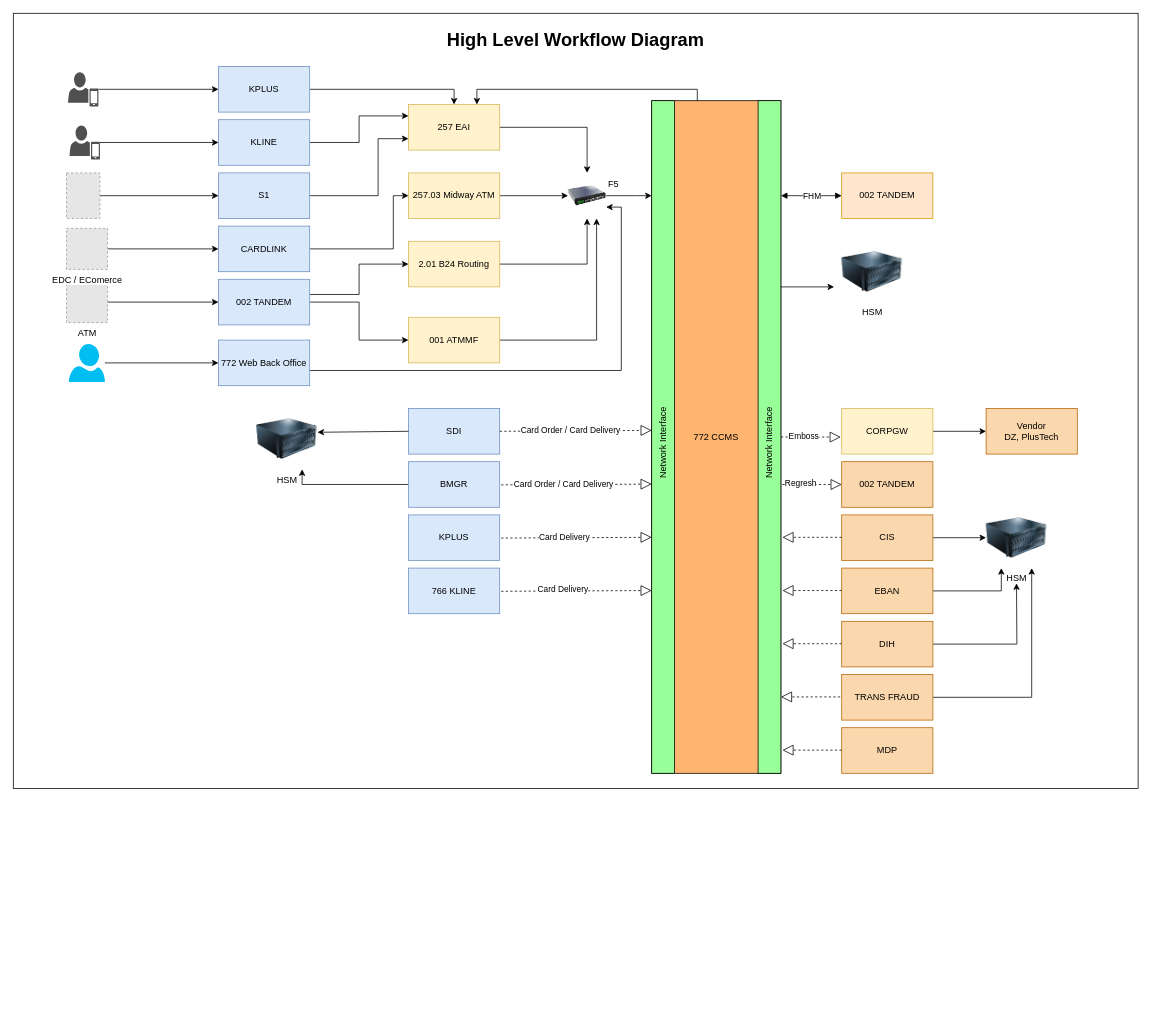
The draw.io diagram page "High Level Diagram" (2 of 7) of CCMS_Diagram.drawio in chawaratr/drawio, before the edit. Source tidied: cells renumbered, new cells numbered last; positions are measured from the earlier drawing's top-left corner, leaving out a move shared by most shapes. Both pictures are drawn from the tidied source at 76%, with x=0, y=0 at pixel (13, 13). Pictures stored in the file or linked from it are replaced by grey dashed boxes.
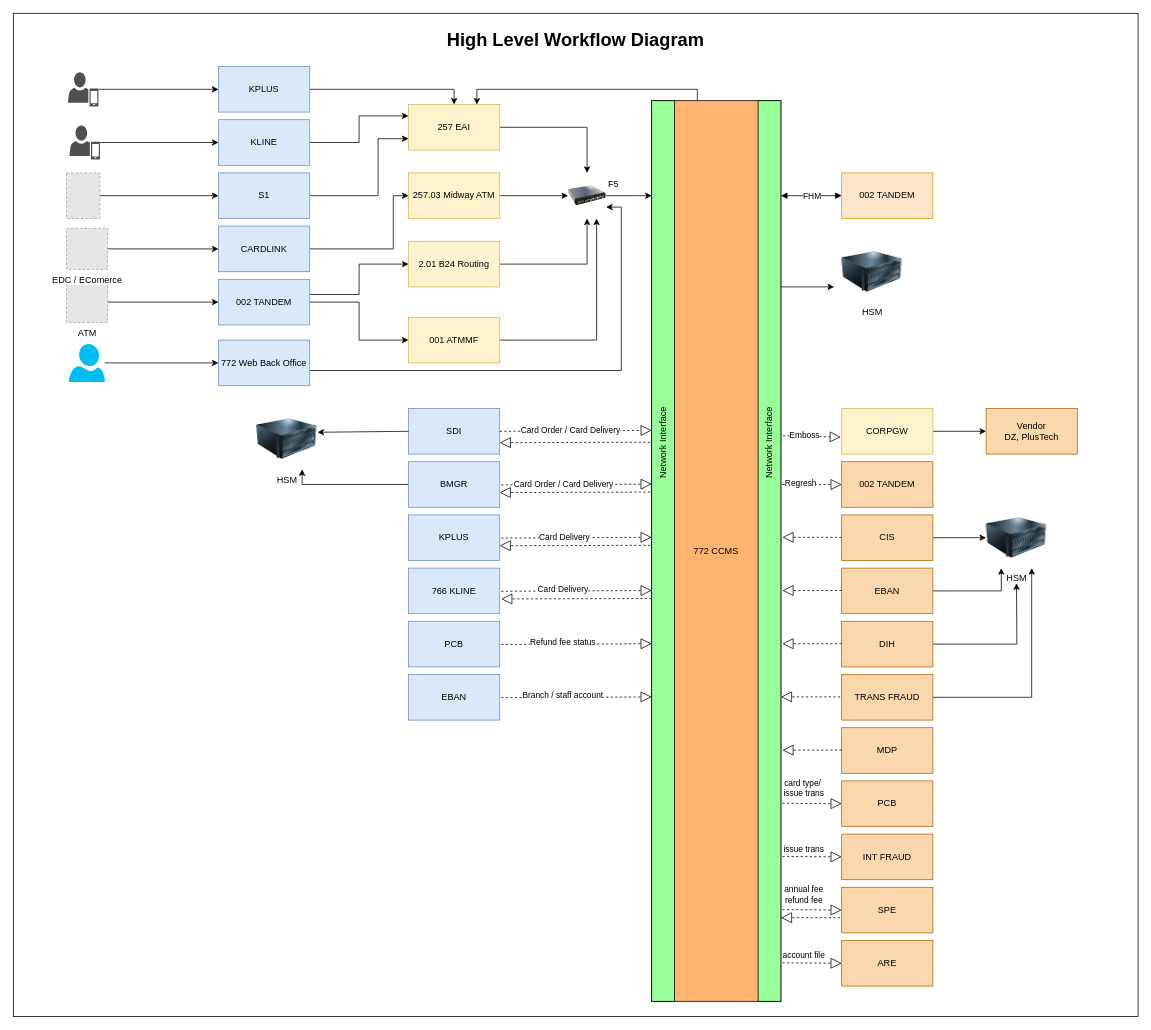
The same page after the edit.

The change refers to these unchanged cells:
```xml
<mxCell id="26" value="SDI" style="rounded=0;whiteSpace=wrap;html=1;fillColor=#dae8fc;strokeColor=#6c8ebf;" parent="1" vertex="1">
  <mxGeometry x="520" y="520" width="120" height="60" as="geometry" />
</mxCell>
<mxCell id="40" value="CORPGW" style="rounded=0;whiteSpace=wrap;html=1;fillColor=#fff2cc;strokeColor=#d6b656;" parent="1" vertex="1">
  <mxGeometry x="1090" y="520" width="120" height="60" as="geometry" />
</mxCell>
<mxCell id="66" value="Network Interface" style="text;html=1;align=center;verticalAlign=middle;whiteSpace=wrap;rounded=0;rotation=-90;" parent="1" vertex="1">
  <mxGeometry x="930" y="550" width="130" height="30" as="geometry" />
</mxCell>
```

What changed in the source:
```diff
@@
     <mxCell id="2" style="rounded=0;whiteSpace=wrap;html=1;" parent="1" vertex="1">
-      <mxGeometry width="1480" height="1020" as="geometry" />
+      <mxGeometry width="1480" height="1320" as="geometry" />
     </mxCell>
@@
     <mxCell id="4" value="772 CCMS" style="rounded=0;whiteSpace=wrap;html=1;fillColor=#FFB570;" parent="1" vertex="1">
-      <mxGeometry x="840" y="115" width="170" height="885" as="geometry" />
+      <mxGeometry x="840" y="115" width="170" height="1185" as="geometry" />
     </mxCell>
@@
-    <mxCell id="51" style="endArrow=block;dashed=1;endFill=0;endSize=12;html=1;rounded=0;exitX=1;exitY=0.5;exitDx=0;exitDy=0;entryX=-0.01;entryY=0.627;entryDx=0;entryDy=0;entryPerimeter=0;" parent="1" edge="1" source="4" target="40">
+    <mxCell id="51" style="endArrow=block;dashed=1;endFill=0;endSize=12;html=1;rounded=0;exitX=0.57;exitY=1.086;exitDx=0;exitDy=0;entryX=-0.01;entryY=0.627;entryDx=0;entryDy=0;entryPerimeter=0;exitPerimeter=0;" parent="1" edge="1" source="66" target="40">
       <mxGeometry relative="1" as="geometry" />
     </mxCell>
@@
     <mxCell id="63" style="rounded=0;whiteSpace=wrap;html=1;fillColor=#99FF99;" parent="1" vertex="1">
-      <mxGeometry x="840" y="115" width="30" height="885" as="geometry" />
+      <mxGeometry x="840" y="115" width="30" height="1185" as="geometry" />
     </mxCell>
     <mxCell id="64" style="rounded=0;whiteSpace=wrap;html=1;fillColor=#99FF99;" parent="1" vertex="1">
-      <mxGeometry x="980" y="115" width="30" height="885" as="geometry" />
+      <mxGeometry x="980" y="115" width="30" height="1185" as="geometry" />
     </mxCell>
@@
+    <mxCell id="89" value="PCB" style="rounded=0;whiteSpace=wrap;html=1;fillColor=#dae8fc;strokeColor=#6c8ebf;" parent="1" vertex="1">
+      <mxGeometry x="520" y="800" width="120" height="60" as="geometry" />
+    </mxCell>
+    <mxCell id="90" style="endArrow=block;dashed=1;endFill=0;endSize=12;html=1;rounded=0;entryX=-0.018;entryY=0.599;entryDx=0;entryDy=0;entryPerimeter=0;exitX=1;exitY=0.5;exitDx=0;exitDy=0;" parent="1" edge="1">
+      <mxGeometry relative="1" as="geometry">
+        <mxPoint x="642" y="830.5" as="sourcePoint" />
+        <mxPoint x="840" y="829.5" as="targetPoint" />
+      </mxGeometry>
+    </mxCell>
+    <mxCell id="91" value="Refund fee status" style="edgeLabel;html=1;align=center;verticalAlign=middle;" parent="90" vertex="1">
+      <mxGeometry x="-0.17" y="3" relative="1" as="geometry">
+        <mxPoint x="-1" as="offset" />
+      </mxGeometry>
+    </mxCell>
+    <mxCell id="92" value="PCB" style="rounded=0;whiteSpace=wrap;html=1;fillColor=#fad7ac;strokeColor=#b46504;" parent="1" vertex="1">
+      <mxGeometry x="1090" y="1010" width="120" height="60" as="geometry" />
+    </mxCell>
+    <mxCell id="93" style="endArrow=block;dashed=1;endFill=0;endSize=12;html=1;rounded=0;" parent="1" edge="1">
+      <mxGeometry relative="1" as="geometry">
+        <mxPoint x="1012" y="1039.4" as="sourcePoint" />
+        <mxPoint x="1090" y="1040" as="targetPoint" />
+      </mxGeometry>
+    </mxCell>
+    <mxCell id="94" value="card type/&amp;nbsp;&lt;div&gt;issue trans&lt;/div&gt;" style="edgeLabel;html=1;align=center;verticalAlign=middle;" parent="93" vertex="1">
+      <mxGeometry x="-0.4" y="2" relative="1" as="geometry">
+        <mxPoint x="4" y="-18" as="offset" />
+      </mxGeometry>
+    </mxCell>
+    <mxCell id="95" value="INT FRAUD" style="rounded=0;whiteSpace=wrap;html=1;fillColor=#fad7ac;strokeColor=#b46504;" parent="1" vertex="1">
+      <mxGeometry x="1090" y="1080" width="120" height="60" as="geometry" />
+    </mxCell>
+    <mxCell id="96" style="endArrow=block;dashed=1;endFill=0;endSize=12;html=1;rounded=0;" parent="1" edge="1">
+      <mxGeometry relative="1" as="geometry">
+        <mxPoint x="1012" y="1109.4" as="sourcePoint" />
+        <mxPoint x="1090" y="1110" as="targetPoint" />
+      </mxGeometry>
+    </mxCell>
+    <mxCell id="97" value="&lt;span style=&quot;background-color: light-dark(#ffffff, var(--ge-dark-color, #121212)); color: light-dark(rgb(0, 0, 0), rgb(255, 255, 255));&quot;&gt;issue trans&lt;/span&gt;" style="edgeLabel;html=1;align=center;verticalAlign=middle;" parent="96" vertex="1">
+      <mxGeometry x="-0.4" y="2" relative="1" as="geometry">
+        <mxPoint x="4" y="-8" as="offset" />
+      </mxGeometry>
+    </mxCell>
+    <mxCell id="98" value="SPE" style="rounded=0;whiteSpace=wrap;html=1;fillColor=#fad7ac;strokeColor=#b46504;" parent="1" vertex="1">
+      <mxGeometry x="1090" y="1150" width="120" height="60" as="geometry" />
+    </mxCell>
+    <mxCell id="99" style="endArrow=block;dashed=1;endFill=0;endSize=12;html=1;rounded=0;" parent="1" edge="1">
+      <mxGeometry relative="1" as="geometry">
+        <mxPoint x="1012" y="1179.4" as="sourcePoint" />
+        <mxPoint x="1090" y="1180" as="targetPoint" />
+      </mxGeometry>
+    </mxCell>
+    <mxCell id="100" value="&lt;span style=&quot;background-color: light-dark(#ffffff, var(--ge-dark-color, #121212)); color: light-dark(rgb(0, 0, 0), rgb(255, 255, 255));&quot;&gt;annual fee&lt;/span&gt;&lt;div&gt;&lt;span style=&quot;background-color: light-dark(#ffffff, var(--ge-dark-color, #121212)); color: light-dark(rgb(0, 0, 0), rgb(255, 255, 255));&quot;&gt;refund fee&lt;/span&gt;&lt;/div&gt;" style="edgeLabel;html=1;align=center;verticalAlign=middle;" parent="99" vertex="1">
+      <mxGeometry x="-0.4" y="2" relative="1" as="geometry">
+        <mxPoint x="4" y="-18" as="offset" />
+      </mxGeometry>
+    </mxCell>
+    <mxCell id="101" style="endArrow=block;dashed=1;endFill=0;endSize=12;html=1;rounded=0;entryX=1.015;entryY=0.491;entryDx=0;entryDy=0;entryPerimeter=0;exitX=0;exitY=0.5;exitDx=0;exitDy=0;" parent="1" edge="1">
+      <mxGeometry relative="1" as="geometry">
+        <mxPoint x="1088" y="1190" as="sourcePoint" />
+        <mxPoint x="1010" y="1190" as="targetPoint" />
+      </mxGeometry>
+    </mxCell>
+    <mxCell id="102" value="EBAN" style="rounded=0;whiteSpace=wrap;html=1;fillColor=#dae8fc;strokeColor=#6c8ebf;" parent="1" vertex="1">
+      <mxGeometry x="520" y="870" width="120" height="60" as="geometry" />
+    </mxCell>
+    <mxCell id="103" style="endArrow=block;dashed=1;endFill=0;endSize=12;html=1;rounded=0;entryX=-0.018;entryY=0.599;entryDx=0;entryDy=0;entryPerimeter=0;exitX=1;exitY=0.5;exitDx=0;exitDy=0;" parent="1" edge="1">
+      <mxGeometry relative="1" as="geometry">
+        <mxPoint x="642" y="900.5" as="sourcePoint" />
+        <mxPoint x="840" y="899.5" as="targetPoint" />
+      </mxGeometry>
+    </mxCell>
+    <mxCell id="104" value="Branch / staff account" style="edgeLabel;html=1;align=center;verticalAlign=middle;" parent="103" vertex="1">
+      <mxGeometry x="-0.17" y="3" relative="1" as="geometry">
+        <mxPoint x="-1" as="offset" />
+      </mxGeometry>
+    </mxCell>
+    <mxCell id="105" style="endArrow=block;dashed=1;endFill=0;endSize=12;html=1;rounded=0;entryX=1;entryY=0.75;entryDx=0;entryDy=0;exitX=0;exitY=0.5;exitDx=0;exitDy=0;" parent="1" edge="1" target="26">
+      <mxGeometry relative="1" as="geometry">
+        <mxPoint x="838" y="564.4" as="sourcePoint" />
+      </mxGeometry>
+    </mxCell>
+    <mxCell id="106" style="endArrow=block;dashed=1;endFill=0;endSize=12;html=1;rounded=0;entryX=1;entryY=0.75;entryDx=0;entryDy=0;exitX=0;exitY=0.5;exitDx=0;exitDy=0;" parent="1" edge="1">
+      <mxGeometry relative="1" as="geometry">
+        <mxPoint x="838" y="630" as="sourcePoint" />
+        <mxPoint x="640" y="630.6" as="targetPoint" />
+      </mxGeometry>
+    </mxCell>
+    <mxCell id="107" style="endArrow=block;dashed=1;endFill=0;endSize=12;html=1;rounded=0;entryX=1;entryY=0.75;entryDx=0;entryDy=0;exitX=0;exitY=0.5;exitDx=0;exitDy=0;" parent="1" edge="1">
+      <mxGeometry relative="1" as="geometry">
+        <mxPoint x="838" y="700" as="sourcePoint" />
+        <mxPoint x="640" y="700.6" as="targetPoint" />
+      </mxGeometry>
+    </mxCell>
+    <mxCell id="108" style="endArrow=block;dashed=1;endFill=0;endSize=12;html=1;rounded=0;entryX=1;entryY=0.75;entryDx=0;entryDy=0;exitX=0;exitY=0.5;exitDx=0;exitDy=0;" parent="1" edge="1">
+      <mxGeometry relative="1" as="geometry">
+        <mxPoint x="840" y="770" as="sourcePoint" />
+        <mxPoint x="642" y="770.6" as="targetPoint" />
+      </mxGeometry>
+    </mxCell>
+    <mxCell id="109" value="ARE" style="rounded=0;whiteSpace=wrap;html=1;fillColor=#fad7ac;strokeColor=#b46504;" parent="1" vertex="1">
+      <mxGeometry x="1090" y="1220" width="120" height="60" as="geometry" />
+    </mxCell>
+    <mxCell id="110" style="endArrow=block;dashed=1;endFill=0;endSize=12;html=1;rounded=0;" parent="1" edge="1">
+      <mxGeometry relative="1" as="geometry">
+        <mxPoint x="1012" y="1249.4" as="sourcePoint" />
+        <mxPoint x="1090" y="1250" as="targetPoint" />
+      </mxGeometry>
+    </mxCell>
+    <mxCell id="111" value="account file" style="edgeLabel;html=1;align=center;verticalAlign=middle;" parent="110" vertex="1">
+      <mxGeometry x="-0.4" y="2" relative="1" as="geometry">
+        <mxPoint x="4" y="-8" as="offset" />
+      </mxGeometry>
+    </mxCell>
```
